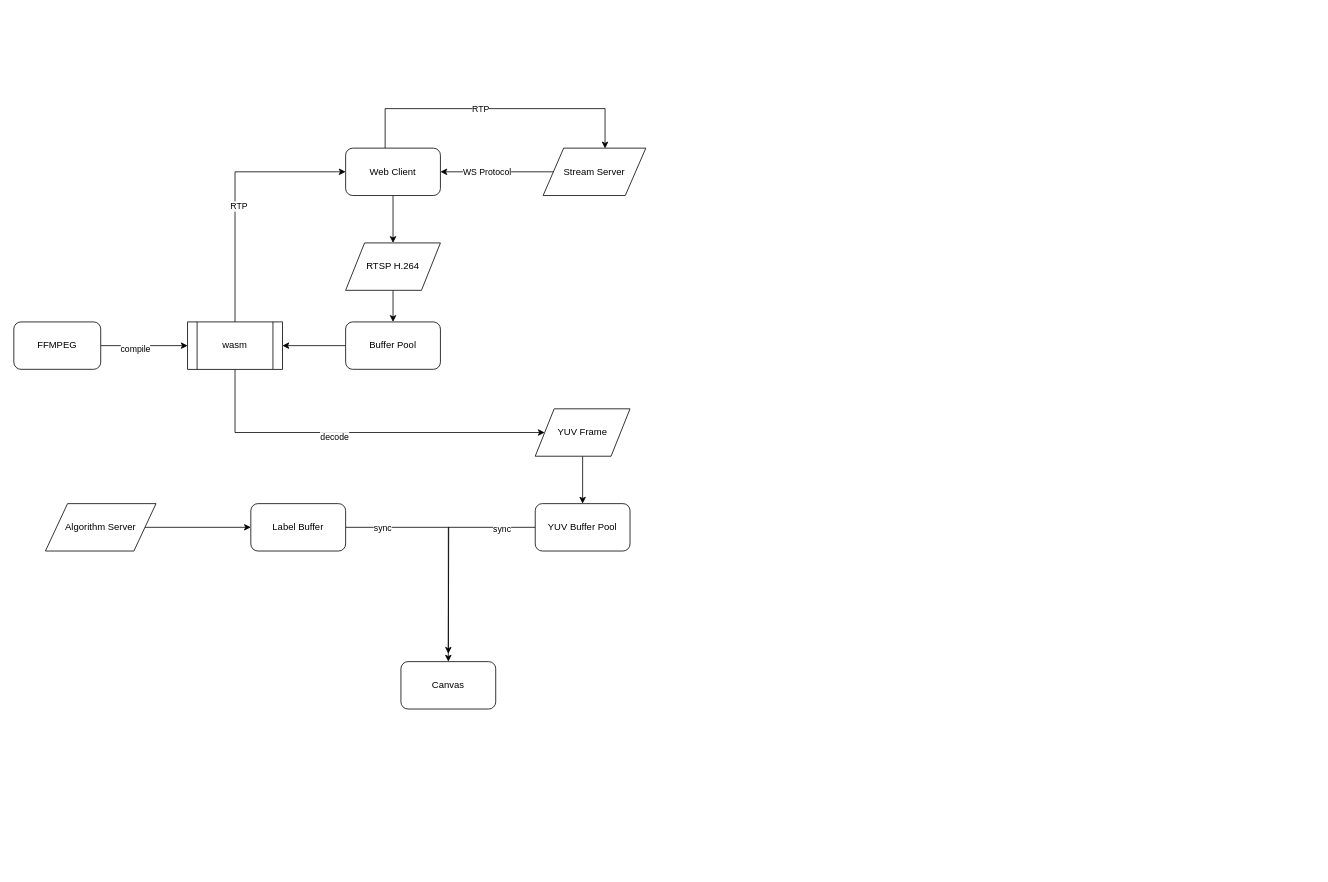
The draw.io diagram 网页绘制YUV流程图.drawio in JumperMan/jm, before the edit. Source tidied: cells renumbered, new cells numbered last; positions are measured from the earlier drawing's top-left corner, leaving out a move shared by most shapes. Both pictures are drawn from the tidied source at 79%, with x=0, y=0 at pixel (13, 108).
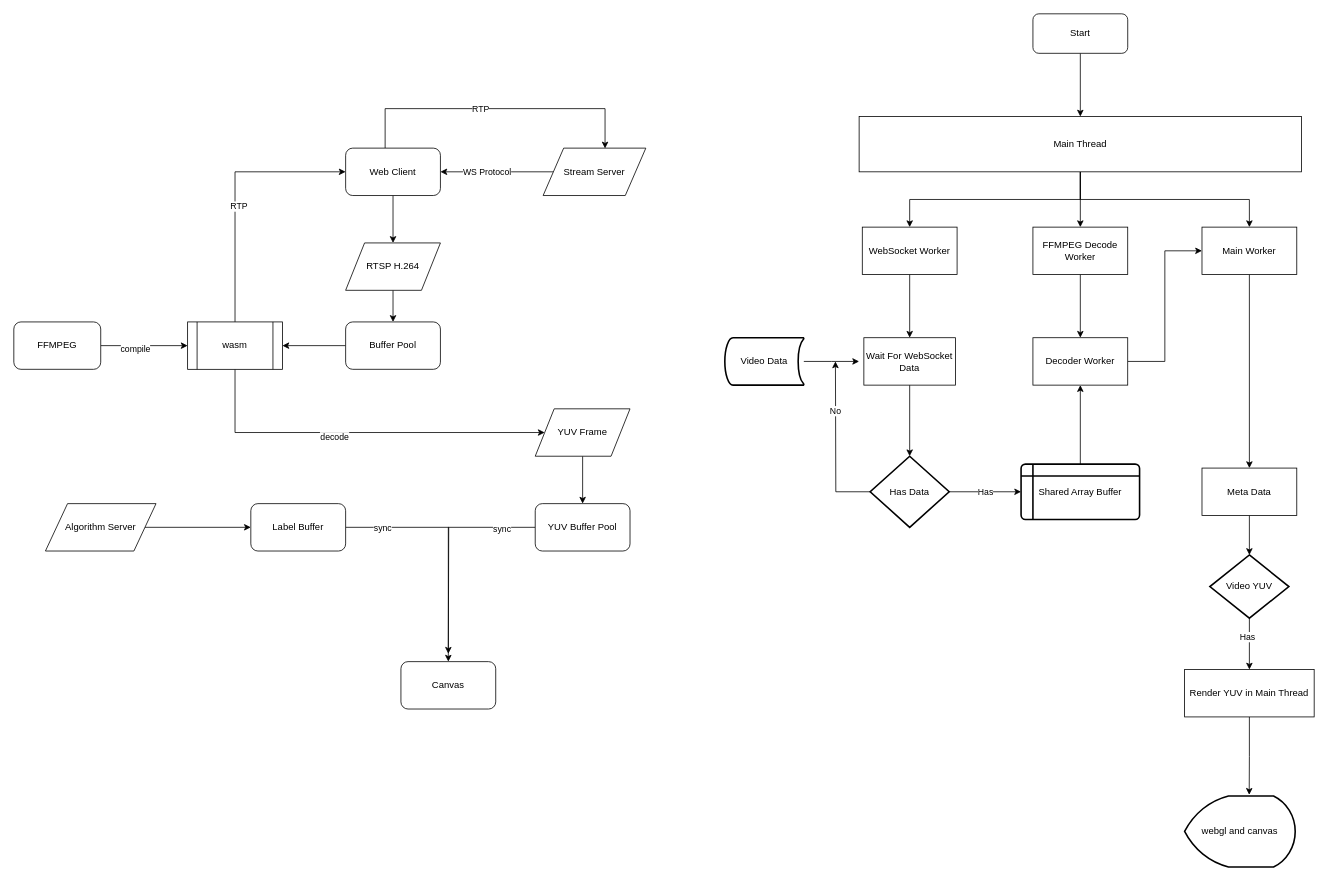
The same page after the edit.

Commit message:
更新网页绘制YUV流程图.drawio

What changed in the source:
```diff
@@
+    <mxCell id="32" style="edgeStyle=orthogonalEdgeStyle;rounded=0;jettySize=auto;html=1;entryX=0.5;entryY=0;entryDx=0;entryDy=0;" parent="1" edge="1" source="33" target="59">
+      <mxGeometry relative="1" as="geometry" />
+    </mxCell>
+    <mxCell id="33" value="Start" style="rounded=1;whiteSpace=wrap;html=1;" parent="1" vertex="1">
+      <mxGeometry x="1290" y="-120" width="120" height="50" as="geometry" />
+    </mxCell>
+    <mxCell id="34" style="edgeStyle=orthogonalEdgeStyle;rounded=0;jettySize=auto;html=1;" parent="1" edge="1" source="35" target="41">
+      <mxGeometry relative="1" as="geometry" />
+    </mxCell>
+    <mxCell id="35" value="WebSocket Worker" style="rounded=0;whiteSpace=wrap;html=1;" parent="1" vertex="1">
+      <mxGeometry x="1074" y="150" width="120" height="60" as="geometry" />
+    </mxCell>
+    <mxCell id="36" style="edgeStyle=orthogonalEdgeStyle;rounded=0;jettySize=auto;html=1;entryX=0.5;entryY=0;entryDx=0;entryDy=0;" parent="1" edge="1" source="37" target="63">
+      <mxGeometry relative="1" as="geometry" />
+    </mxCell>
+    <mxCell id="37" value="FFMPEG Decode Worker" style="rounded=0;whiteSpace=wrap;html=1;" parent="1" vertex="1">
+      <mxGeometry x="1290" y="150" width="120" height="60" as="geometry" />
+    </mxCell>
+    <mxCell id="38" style="edgeStyle=orthogonalEdgeStyle;rounded=0;jettySize=auto;html=1;entryX=0.5;entryY=0;entryDx=0;entryDy=0;" parent="1" edge="1" source="39" target="51">
+      <mxGeometry relative="1" as="geometry" />
+    </mxCell>
+    <mxCell id="39" value="Main Worker" style="rounded=0;whiteSpace=wrap;html=1;" parent="1" vertex="1">
+      <mxGeometry x="1504" y="150" width="120" height="60" as="geometry" />
+    </mxCell>
+    <mxCell id="40" style="edgeStyle=orthogonalEdgeStyle;rounded=0;jettySize=auto;html=1;entryX=0.5;entryY=0;entryDx=0;entryDy=0;entryPerimeter=0;" parent="1" edge="1" source="41" target="45">
+      <mxGeometry relative="1" as="geometry" />
+    </mxCell>
+    <mxCell id="41" value="Wait For WebSocket Data" style="rounded=0;whiteSpace=wrap;html=1;" parent="1" vertex="1">
+      <mxGeometry x="1076" y="290" width="116" height="60" as="geometry" />
+    </mxCell>
+    <mxCell id="42" style="edgeStyle=orthogonalEdgeStyle;rounded=0;jettySize=auto;html=1;" parent="1" edge="1" source="45">
+      <mxGeometry relative="1" as="geometry">
+        <mxPoint x="1040" y="320" as="targetPoint" />
+      </mxGeometry>
+    </mxCell>
+    <mxCell id="43" value="No" style="edgeLabel;html=1;align=center;verticalAlign=middle;" parent="42" vertex="1">
+      <mxGeometry x="0.4" y="1" relative="1" as="geometry" />
+    </mxCell>
+    <mxCell id="44" value="Has&lt;br&gt;" style="edgeStyle=orthogonalEdgeStyle;rounded=0;jettySize=auto;html=1;entryX=0;entryY=0.5;entryDx=0;entryDy=0;" parent="1" edge="1" source="45" target="47">
+      <mxGeometry relative="1" as="geometry" />
+    </mxCell>
+    <mxCell id="45" value="Has Data" style="strokeWidth=2;html=1;shape=mxgraph.flowchart.decision;whiteSpace=wrap;" parent="1" vertex="1">
+      <mxGeometry x="1084" y="440" width="100" height="90" as="geometry" />
+    </mxCell>
+    <mxCell id="46" style="edgeStyle=orthogonalEdgeStyle;rounded=0;jettySize=auto;html=1;" parent="1" edge="1" source="47" target="63">
+      <mxGeometry relative="1" as="geometry" />
+    </mxCell>
+    <mxCell id="47" value="Shared Array Buffer" style="shape=internalStorage;whiteSpace=wrap;html=1;dx=15;dy=15;rounded=1;arcSize=8;strokeWidth=2;" parent="1" vertex="1">
+      <mxGeometry x="1275" y="450" width="150" height="70" as="geometry" />
+    </mxCell>
+    <mxCell id="48" style="edgeStyle=orthogonalEdgeStyle;rounded=0;jettySize=auto;html=1;" parent="1" edge="1" source="49">
+      <mxGeometry relative="1" as="geometry">
+        <mxPoint x="1070" y="320" as="targetPoint" />
+      </mxGeometry>
+    </mxCell>
+    <mxCell id="49" value="Video Data" style="strokeWidth=2;html=1;shape=mxgraph.flowchart.stored_data;whiteSpace=wrap;" parent="1" vertex="1">
+      <mxGeometry x="900" y="290" width="100" height="60" as="geometry" />
+    </mxCell>
+    <mxCell id="50" style="edgeStyle=orthogonalEdgeStyle;rounded=0;jettySize=auto;html=1;" parent="1" edge="1" source="51" target="54">
+      <mxGeometry relative="1" as="geometry" />
+    </mxCell>
+    <mxCell id="51" value="Meta Data" style="rounded=0;whiteSpace=wrap;html=1;" parent="1" vertex="1">
+      <mxGeometry x="1504" y="455" width="120" height="60" as="geometry" />
+    </mxCell>
+    <mxCell id="52" style="edgeStyle=orthogonalEdgeStyle;rounded=0;jettySize=auto;html=1;entryX=0.5;entryY=0;entryDx=0;entryDy=0;" parent="1" edge="1" source="54" target="61">
+      <mxGeometry relative="1" as="geometry" />
+    </mxCell>
+    <mxCell id="53" value="Has&amp;nbsp;" style="edgeLabel;html=1;align=center;verticalAlign=middle;" parent="52" vertex="1">
+      <mxGeometry x="-0.28" y="-2" relative="1" as="geometry" />
+    </mxCell>
+    <mxCell id="54" value="Video YUV" style="strokeWidth=2;html=1;shape=mxgraph.flowchart.decision;whiteSpace=wrap;" parent="1" vertex="1">
+      <mxGeometry x="1514" y="565" width="100" height="80" as="geometry" />
+    </mxCell>
+    <mxCell id="55" value="webgl and canvas" style="strokeWidth=2;html=1;shape=mxgraph.flowchart.display;whiteSpace=wrap;" parent="1" vertex="1">
+      <mxGeometry x="1482" y="870" width="140" height="90" as="geometry" />
+    </mxCell>
+    <mxCell id="56" style="edgeStyle=orthogonalEdgeStyle;rounded=0;jettySize=auto;html=1;entryX=0.5;entryY=0;entryDx=0;entryDy=0;" parent="1" edge="1" source="59" target="39">
+      <mxGeometry relative="1" as="geometry" />
+    </mxCell>
+    <mxCell id="57" style="edgeStyle=orthogonalEdgeStyle;rounded=0;jettySize=auto;html=1;entryX=0.5;entryY=0;entryDx=0;entryDy=0;" parent="1" edge="1" source="59" target="35">
+      <mxGeometry relative="1" as="geometry" />
+    </mxCell>
+    <mxCell id="58" style="edgeStyle=orthogonalEdgeStyle;rounded=0;jettySize=auto;html=1;entryX=0.5;entryY=0;entryDx=0;entryDy=0;" parent="1" edge="1" source="59" target="37">
+      <mxGeometry relative="1" as="geometry" />
+    </mxCell>
+    <mxCell id="59" value="Main Thread" style="rounded=0;whiteSpace=wrap;html=1;" parent="1" vertex="1">
+      <mxGeometry x="1070" y="10" width="560" height="70" as="geometry" />
+    </mxCell>
+    <mxCell id="60" style="edgeStyle=orthogonalEdgeStyle;rounded=0;jettySize=auto;html=1;entryX=0.584;entryY=-0.016;entryDx=0;entryDy=0;entryPerimeter=0;" parent="1" edge="1" source="61" target="55">
+      <mxGeometry relative="1" as="geometry" />
+    </mxCell>
+    <mxCell id="61" value="Render YUV in Main Thread" style="rounded=0;whiteSpace=wrap;html=1;" parent="1" vertex="1">
+      <mxGeometry x="1482" y="710" width="164" height="60" as="geometry" />
+    </mxCell>
+    <mxCell id="62" style="edgeStyle=orthogonalEdgeStyle;rounded=0;jettySize=auto;html=1;entryX=0;entryY=0.5;entryDx=0;entryDy=0;" parent="1" edge="1" source="63" target="39">
+      <mxGeometry relative="1" as="geometry" />
+    </mxCell>
+    <mxCell id="63" value="Decoder Worker" style="rounded=0;whiteSpace=wrap;html=1;" parent="1" vertex="1">
+      <mxGeometry x="1290" y="290" width="120" height="60" as="geometry" />
+    </mxCell>
```
